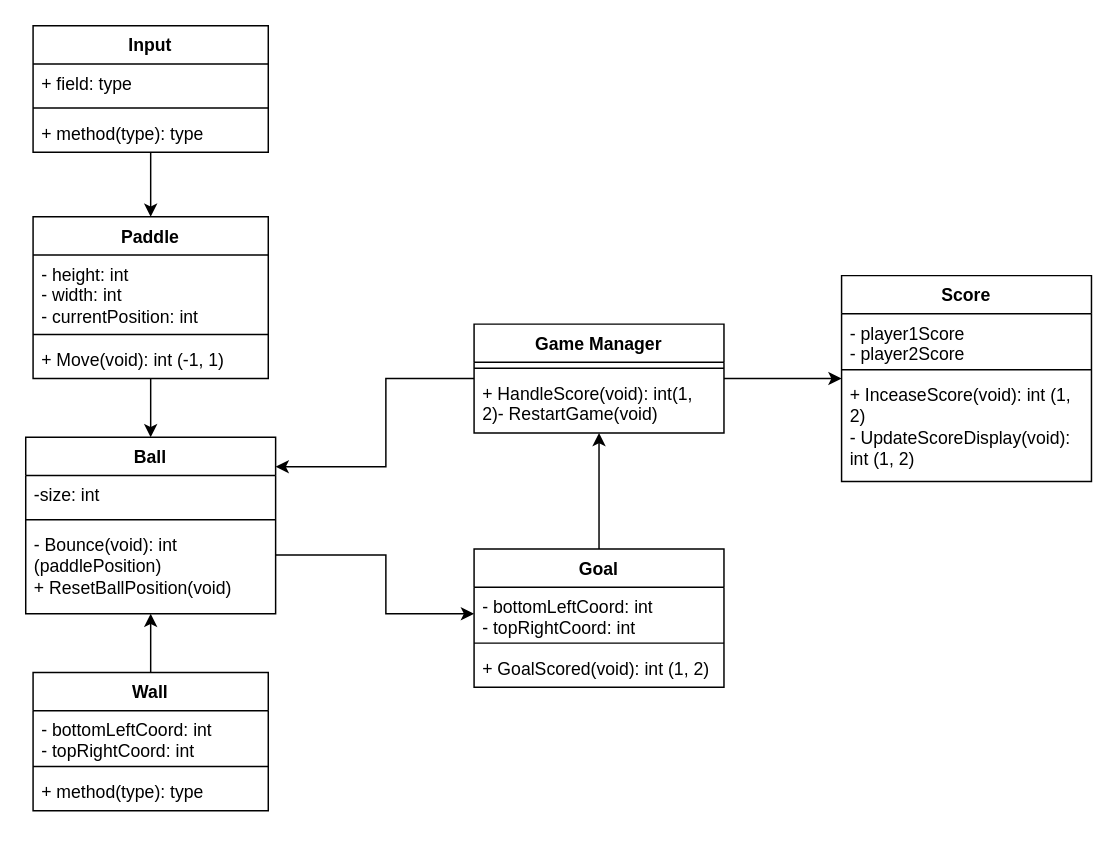
This is Documents/UML_Pong.drawio from codingcaiden03/codingcaiden03, a draw.io file, before an edit. Source tidied: cells renumbered, new cells numbered last; positions are measured from the earlier drawing's top-left corner, leaving out a move shared by most shapes. Both pictures are drawn from the tidied source at 147%, with x=0, y=0 at pixel (25, 25).
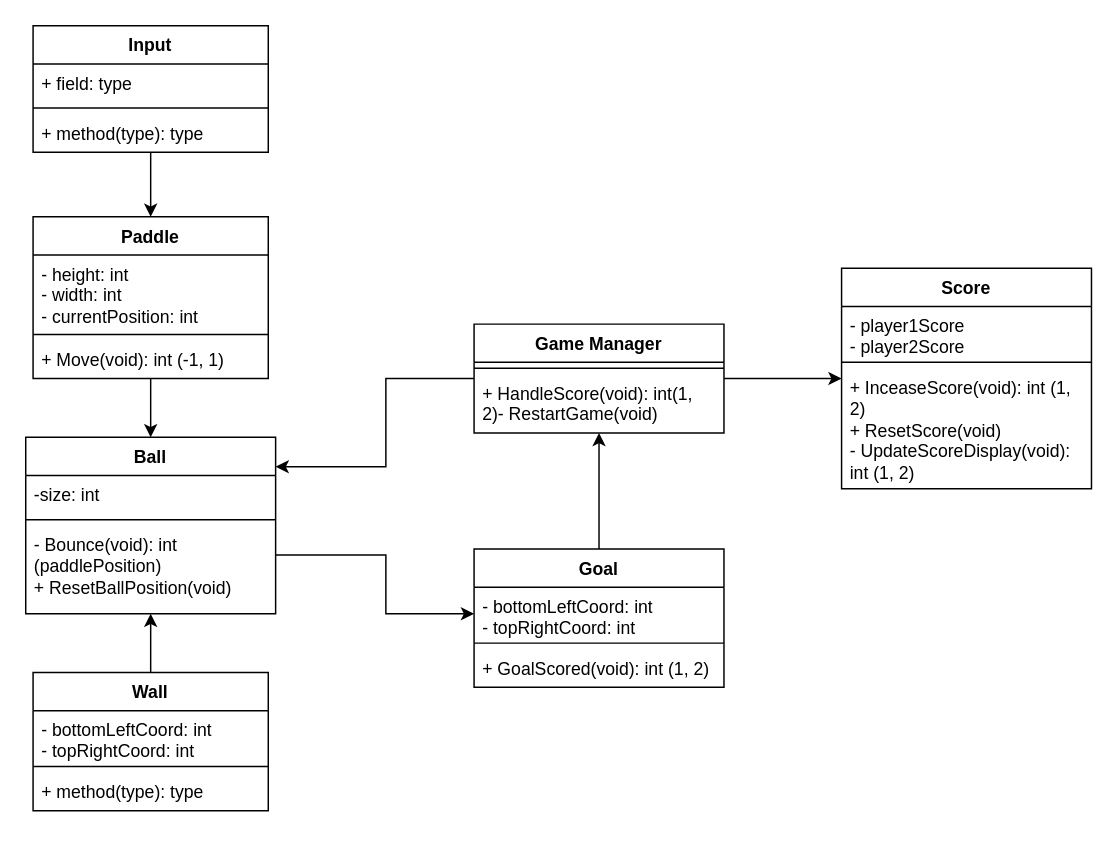
After the change.

Commit message (it also covers changes not shown here):
Added GameManager class + updated Score + UML update

What changed in the source:
```diff
@@
     <mxCell id="27" value="&lt;div&gt;Score&lt;/div&gt;" style="swimlane;fontStyle=1;align=center;verticalAlign=top;horizontal=1;startSize=26;whiteSpace=wrap;html=1;" parent="1" vertex="1">
-      <mxGeometry x="555" y="170" width="170" height="140" as="geometry" />
+      <mxGeometry x="555" y="165" width="170" height="150" as="geometry" />
     </mxCell>
@@
-    <mxCell id="30" value="&lt;div&gt;+ InceaseScore(void): int (1, 2)&lt;/div&gt;&lt;div&gt;- UpdateScoreDisplay(void): int (1, 2)&lt;/div&gt;" style="text;strokeColor=none;fillColor=none;align=left;verticalAlign=top;spacingLeft=4;spacingRight=4;overflow=hidden;whiteSpace=wrap;html=1;" parent="27" vertex="1">
-      <mxGeometry y="68" width="170" height="72" as="geometry" />
+    <mxCell id="30" value="&lt;div&gt;+ InceaseScore(void): int (1, 2)&lt;/div&gt;&lt;div&gt;+ ResetScore(void)&lt;br&gt;&lt;/div&gt;&lt;div&gt;- UpdateScoreDisplay(void): int (1, 2)&lt;/div&gt;" style="text;strokeColor=none;fillColor=none;align=left;verticalAlign=top;spacingLeft=4;spacingRight=4;overflow=hidden;whiteSpace=wrap;html=1;" parent="27" vertex="1">
+      <mxGeometry y="68" width="170" height="82" as="geometry" />
     </mxCell>
```
